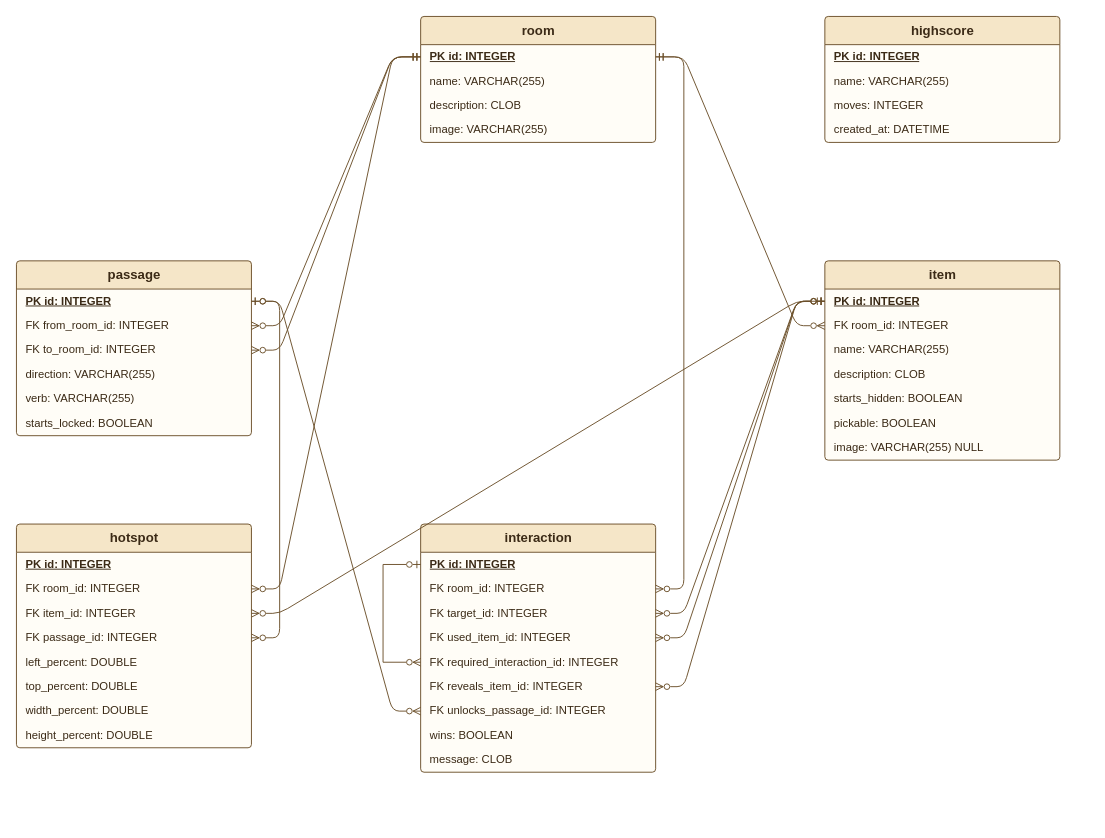
johangu/dbwebb-mvc keeps this draw.io diagram as assets/images/proj/er-diagram.drawio. Above is the earlier version. Source tidied: cells renumbered, new cells numbered last; positions are measured from the earlier drawing's top-left corner, leaving out a move shared by most shapes. Both pictures are drawn from the tidied source at 94%, with x=0, y=0 at pixel (16, 16).
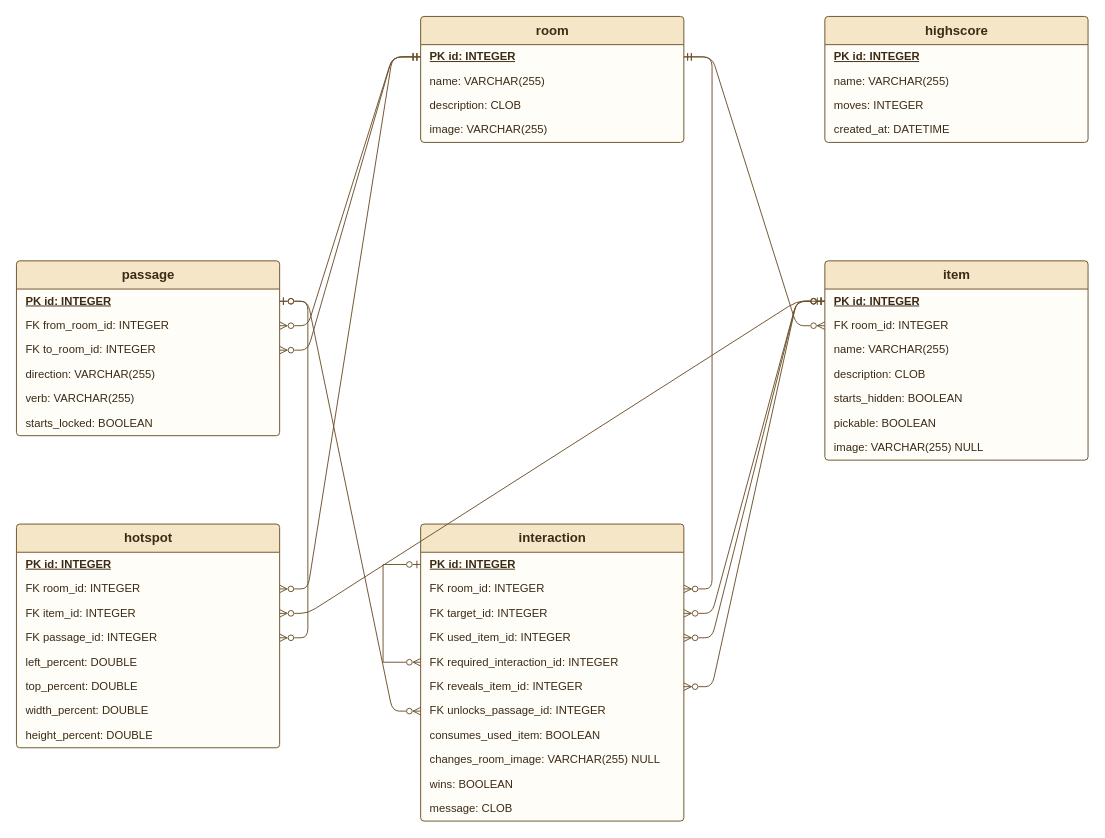
The same page after the edit.

Commit message (it also covers changes not shown here):
docs: add consumed items and room images to database page

Diff of the diagram source:
```diff
@@
     <mxCell id="2" value="room" style="swimlane;fontStyle=1;horizontal=1;startSize=30;html=1;fillColor=#F5E6C8;strokeColor=#6B4F2A;fontColor=#3B2A16;fontSize=14;swimlaneFillColor=#FFFDF7;rounded=1;arcSize=4;" parent="1" vertex="1">
-      <mxGeometry x="430" width="250" height="134" as="geometry" />
+      <mxGeometry x="430" width="280" height="134" as="geometry" />
     </mxCell>
     <mxCell id="3" value="&lt;b&gt;PK id: INTEGER&lt;/b&gt;" style="text;strokeColor=none;fillColor=none;align=left;verticalAlign=middle;spacingLeft=8;spacingRight=4;overflow=hidden;points=[[0,0.5],[1,0.5]];portConstraint=eastwest;html=1;fontSize=12;fontColor=#3B2A16;fontStyle=4;" parent="2" vertex="1">
-      <mxGeometry y="30" width="250" height="26" as="geometry" />
+      <mxGeometry y="30" width="280" height="26" as="geometry" />
     </mxCell>
     <mxCell id="4" value="name: VARCHAR(255)" style="text;strokeColor=none;fillColor=none;align=left;verticalAlign=middle;spacingLeft=8;spacingRight=4;overflow=hidden;html=1;fontSize=12;fontColor=#3B2A16;" parent="2" vertex="1">
-      <mxGeometry y="56" width="250" height="26" as="geometry" />
+      <mxGeometry y="56" width="280" height="26" as="geometry" />
     </mxCell>
     <mxCell id="5" value="description: CLOB" style="text;strokeColor=none;fillColor=none;align=left;verticalAlign=middle;spacingLeft=8;spacingRight=4;overflow=hidden;html=1;fontSize=12;fontColor=#3B2A16;" parent="2" vertex="1">
-      <mxGeometry y="82" width="250" height="26" as="geometry" />
+      <mxGeometry y="82" width="280" height="26" as="geometry" />
     </mxCell>
     <mxCell id="6" value="image: VARCHAR(255)" style="text;strokeColor=none;fillColor=none;align=left;verticalAlign=middle;spacingLeft=8;spacingRight=4;overflow=hidden;html=1;fontSize=12;fontColor=#3B2A16;" parent="2" vertex="1">
-      <mxGeometry y="108" width="250" height="26" as="geometry" />
+      <mxGeometry y="108" width="280" height="26" as="geometry" />
     </mxCell>
     <mxCell id="7" value="highscore" style="swimlane;fontStyle=1;horizontal=1;startSize=30;html=1;fillColor=#F5E6C8;strokeColor=#6B4F2A;fontColor=#3B2A16;fontSize=14;swimlaneFillColor=#FFFDF7;rounded=1;arcSize=4;" parent="1" vertex="1">
-      <mxGeometry x="860" width="250" height="134" as="geometry" />
+      <mxGeometry x="860" width="280" height="134" as="geometry" />
     </mxCell>
     <mxCell id="8" value="&lt;b&gt;PK id: INTEGER&lt;/b&gt;" style="text;strokeColor=none;fillColor=none;align=left;verticalAlign=middle;spacingLeft=8;spacingRight=4;overflow=hidden;html=1;fontSize=12;fontColor=#3B2A16;fontStyle=4;" parent="7" vertex="1">
-      <mxGeometry y="30" width="250" height="26" as="geometry" />
+      <mxGeometry y="30" width="280" height="26" as="geometry" />
     </mxCell>
     <mxCell id="9" value="name: VARCHAR(255)" style="text;strokeColor=none;fillColor=none;align=left;verticalAlign=middle;spacingLeft=8;spacingRight=4;overflow=hidden;html=1;fontSize=12;fontColor=#3B2A16;" parent="7" vertex="1">
-      <mxGeometry y="56" width="250" height="26" as="geometry" />
+      <mxGeometry y="56" width="280" height="26" as="geometry" />
     </mxCell>
     <mxCell id="10" value="moves: INTEGER" style="text;strokeColor=none;fillColor=none;align=left;verticalAlign=middle;spacingLeft=8;spacingRight=4;overflow=hidden;html=1;fontSize=12;fontColor=#3B2A16;" parent="7" vertex="1">
-      <mxGeometry y="82" width="250" height="26" as="geometry" />
+      <mxGeometry y="82" width="280" height="26" as="geometry" />
     </mxCell>
     <mxCell id="11" value="created_at: DATETIME" style="text;strokeColor=none;fillColor=none;align=left;verticalAlign=middle;spacingLeft=8;spacingRight=4;overflow=hidden;html=1;fontSize=12;fontColor=#3B2A16;" parent="7" vertex="1">
-      <mxGeometry y="108" width="250" height="26" as="geometry" />
+      <mxGeometry y="108" width="280" height="26" as="geometry" />
     </mxCell>
     <mxCell id="12" value="passage" style="swimlane;fontStyle=1;horizontal=1;startSize=30;html=1;fillColor=#F5E6C8;strokeColor=#6B4F2A;fontColor=#3B2A16;fontSize=14;swimlaneFillColor=#FFFDF7;rounded=1;arcSize=4;" parent="1" vertex="1">
-      <mxGeometry y="260" width="250" height="186" as="geometry" />
+      <mxGeometry y="260" width="280" height="186" as="geometry" />
     </mxCell>
     <mxCell id="13" value="&lt;b&gt;PK id: INTEGER&lt;/b&gt;" style="text;strokeColor=none;fillColor=none;align=left;verticalAlign=middle;spacingLeft=8;spacingRight=4;overflow=hidden;points=[[0,0.5],[1,0.5]];portConstraint=eastwest;html=1;fontSize=12;fontColor=#3B2A16;fontStyle=4;" parent="12" vertex="1">
-      <mxGeometry y="30" width="250" height="26" as="geometry" />
+      <mxGeometry y="30" width="280" height="26" as="geometry" />
     </mxCell>
     <mxCell id="14" value="FK from_room_id: INTEGER" style="text;strokeColor=none;fillColor=none;align=left;verticalAlign=middle;spacingLeft=8;spacingRight=4;overflow=hidden;points=[[0,0.5],[1,0.5]];portConstraint=eastwest;html=1;fontSize=12;fontColor=#3B2A16;" parent="12" vertex="1">
-      <mxGeometry y="56" width="250" height="26" as="geometry" />
+      <mxGeometry y="56" width="280" height="26" as="geometry" />
     </mxCell>
     <mxCell id="15" value="FK to_room_id: INTEGER" style="text;strokeColor=none;fillColor=none;align=left;verticalAlign=middle;spacingLeft=8;spacingRight=4;overflow=hidden;points=[[0,0.5],[1,0.5]];portConstraint=eastwest;html=1;fontSize=12;fontColor=#3B2A16;" parent="12" vertex="1">
-      <mxGeometry y="82" width="250" height="26" as="geometry" />
+      <mxGeometry y="82" width="280" height="26" as="geometry" />
     </mxCell>
     <mxCell id="16" value="direction: VARCHAR(255)" style="text;strokeColor=none;fillColor=none;align=left;verticalAlign=middle;spacingLeft=8;spacingRight=4;overflow=hidden;html=1;fontSize=12;fontColor=#3B2A16;" parent="12" vertex="1">
-      <mxGeometry y="108" width="250" height="26" as="geometry" />
+      <mxGeometry y="108" width="280" height="26" as="geometry" />
     </mxCell>
     <mxCell id="17" value="verb: VARCHAR(255)" style="text;strokeColor=none;fillColor=none;align=left;verticalAlign=middle;spacingLeft=8;spacingRight=4;overflow=hidden;html=1;fontSize=12;fontColor=#3B2A16;" parent="12" vertex="1">
-      <mxGeometry y="134" width="250" height="26" as="geometry" />
+      <mxGeometry y="134" width="280" height="26" as="geometry" />
     </mxCell>
     <mxCell id="18" value="starts_locked: BOOLEAN" style="text;strokeColor=none;fillColor=none;align=left;verticalAlign=middle;spacingLeft=8;spacingRight=4;overflow=hidden;html=1;fontSize=12;fontColor=#3B2A16;" parent="12" vertex="1">
-      <mxGeometry y="160" width="250" height="26" as="geometry" />
+      <mxGeometry y="160" width="280" height="26" as="geometry" />
     </mxCell>
     <mxCell id="19" value="item" style="swimlane;fontStyle=1;horizontal=1;startSize=30;html=1;fillColor=#F5E6C8;strokeColor=#6B4F2A;fontColor=#3B2A16;fontSize=14;swimlaneFillColor=#FFFDF7;rounded=1;arcSize=4;" parent="1" vertex="1">
-      <mxGeometry x="860" y="260" width="250" height="212" as="geometry" />
+      <mxGeometry x="860" y="260" width="280" height="212" as="geometry" />
     </mxCell>
     <mxCell id="20" value="&lt;b&gt;PK id: INTEGER&lt;/b&gt;" style="text;strokeColor=none;fillColor=none;align=left;verticalAlign=middle;spacingLeft=8;spacingRight=4;overflow=hidden;points=[[0,0.5],[1,0.5]];portConstraint=eastwest;html=1;fontSize=12;fontColor=#3B2A16;fontStyle=4;" parent="19" vertex="1">
-      <mxGeometry y="30" width="250" height="26" as="geometry" />
+      <mxGeometry y="30" width="280" height="26" as="geometry" />
     </mxCell>
     <mxCell id="21" value="FK room_id: INTEGER" style="text;strokeColor=none;fillColor=none;align=left;verticalAlign=middle;spacingLeft=8;spacingRight=4;overflow=hidden;points=[[0,0.5],[1,0.5]];portConstraint=eastwest;html=1;fontSize=12;fontColor=#3B2A16;" parent="19" vertex="1">
-      <mxGeometry y="56" width="250" height="26" as="geometry" />
+      <mxGeometry y="56" width="280" height="26" as="geometry" />
     </mxCell>
     <mxCell id="22" value="name: VARCHAR(255)" style="text;strokeColor=none;fillColor=none;align=left;verticalAlign=middle;spacingLeft=8;spacingRight=4;overflow=hidden;html=1;fontSize=12;fontColor=#3B2A16;" parent="19" vertex="1">
-      <mxGeometry y="82" width="250" height="26" as="geometry" />
+      <mxGeometry y="82" width="280" height="26" as="geometry" />
     </mxCell>
     <mxCell id="23" value="description: CLOB" style="text;strokeColor=none;fillColor=none;align=left;verticalAlign=middle;spacingLeft=8;spacingRight=4;overflow=hidden;html=1;fontSize=12;fontColor=#3B2A16;" parent="19" vertex="1">
-      <mxGeometry y="108" width="250" height="26" as="geometry" />
+      <mxGeometry y="108" width="280" height="26" as="geometry" />
     </mxCell>
     <mxCell id="24" value="starts_hidden: BOOLEAN" style="text;strokeColor=none;fillColor=none;align=left;verticalAlign=middle;spacingLeft=8;spacingRight=4;overflow=hidden;html=1;fontSize=12;fontColor=#3B2A16;" parent="19" vertex="1">
-      <mxGeometry y="134" width="250" height="26" as="geometry" />
+      <mxGeometry y="134" width="280" height="26" as="geometry" />
     </mxCell>
     <mxCell id="25" value="pickable: BOOLEAN" style="text;strokeColor=none;fillColor=none;align=left;verticalAlign=middle;spacingLeft=8;spacingRight=4;overflow=hidden;html=1;fontSize=12;fontColor=#3B2A16;" parent="19" vertex="1">
-      <mxGeometry y="160" width="250" height="26" as="geometry" />
+      <mxGeometry y="160" width="280" height="26" as="geometry" />
     </mxCell>
     <mxCell id="26" value="image: VARCHAR(255) NULL" style="text;strokeColor=none;fillColor=none;align=left;verticalAlign=middle;spacingLeft=8;spacingRight=4;overflow=hidden;html=1;fontSize=12;fontColor=#3B2A16;" parent="19" vertex="1">
-      <mxGeometry y="186" width="250" height="26" as="geometry" />
+      <mxGeometry y="186" width="280" height="26" as="geometry" />
     </mxCell>
     <mxCell id="27" value="hotspot" style="swimlane;fontStyle=1;horizontal=1;startSize=30;html=1;fillColor=#F5E6C8;strokeColor=#6B4F2A;fontColor=#3B2A16;fontSize=14;swimlaneFillColor=#FFFDF7;rounded=1;arcSize=4;" parent="1" vertex="1">
-      <mxGeometry y="540" width="250" height="238" as="geometry" />
+      <mxGeometry y="540" width="280" height="238" as="geometry" />
     </mxCell>
     <mxCell id="28" value="&lt;b&gt;PK id: INTEGER&lt;/b&gt;" style="text;strokeColor=none;fillColor=none;align=left;verticalAlign=middle;spacingLeft=8;spacingRight=4;overflow=hidden;html=1;fontSize=12;fontColor=#3B2A16;fontStyle=4;" parent="27" vertex="1">
-      <mxGeometry y="30" width="250" height="26" as="geometry" />
+      <mxGeometry y="30" width="280" height="26" as="geometry" />
     </mxCell>
     <mxCell id="29" value="FK room_id: INTEGER" style="text;strokeColor=none;fillColor=none;align=left;verticalAlign=middle;spacingLeft=8;spacingRight=4;overflow=hidden;points=[[0,0.5],[1,0.5]];portConstraint=eastwest;html=1;fontSize=12;fontColor=#3B2A16;" parent="27" vertex="1">
-      <mxGeometry y="56" width="250" height="26" as="geometry" />
+      <mxGeometry y="56" width="280" height="26" as="geometry" />
     </mxCell>
     <mxCell id="30" value="FK item_id: INTEGER" style="text;strokeColor=none;fillColor=none;align=left;verticalAlign=middle;spacingLeft=8;spacingRight=4;overflow=hidden;points=[[0,0.5],[1,0.5]];portConstraint=eastwest;html=1;fontSize=12;fontColor=#3B2A16;" parent="27" vertex="1">
-      <mxGeometry y="82" width="250" height="26" as="geometry" />
+      <mxGeometry y="82" width="280" height="26" as="geometry" />
     </mxCell>
     <mxCell id="31" value="FK passage_id: INTEGER" style="text;strokeColor=none;fillColor=none;align=left;verticalAlign=middle;spacingLeft=8;spacingRight=4;overflow=hidden;points=[[0,0.5],[1,0.5]];portConstraint=eastwest;html=1;fontSize=12;fontColor=#3B2A16;" parent="27" vertex="1">
-      <mxGeometry y="108" width="250" height="26" as="geometry" />
+      <mxGeometry y="108" width="280" height="26" as="geometry" />
     </mxCell>
     <mxCell id="32" value="left_percent: DOUBLE" style="text;strokeColor=none;fillColor=none;align=left;verticalAlign=middle;spacingLeft=8;spacingRight=4;overflow=hidden;html=1;fontSize=12;fontColor=#3B2A16;" parent="27" vertex="1">
-      <mxGeometry y="134" width="250" height="26" as="geometry" />
+      <mxGeometry y="134" width="280" height="26" as="geometry" />
     </mxCell>
     <mxCell id="33" value="top_percent: DOUBLE" style="text;strokeColor=none;fillColor=none;align=left;verticalAlign=middle;spacingLeft=8;spacingRight=4;overflow=hidden;html=1;fontSize=12;fontColor=#3B2A16;" parent="27" vertex="1">
-      <mxGeometry y="160" width="250" height="26" as="geometry" />
+      <mxGeometry y="160" width="280" height="26" as="geometry" />
     </mxCell>
     <mxCell id="34" value="width_percent: DOUBLE" style="text;strokeColor=none;fillColor=none;align=left;verticalAlign=middle;spacingLeft=8;spacingRight=4;overflow=hidden;html=1;fontSize=12;fontColor=#3B2A16;" parent="27" vertex="1">
-      <mxGeometry y="186" width="250" height="26" as="geometry" />
+      <mxGeometry y="186" width="280" height="26" as="geometry" />
     </mxCell>
     <mxCell id="35" value="height_percent: DOUBLE" style="text;strokeColor=none;fillColor=none;align=left;verticalAlign=middle;spacingLeft=8;spacingRight=4;overflow=hidden;html=1;fontSize=12;fontColor=#3B2A16;" parent="27" vertex="1">
-      <mxGeometry y="212" width="250" height="26" as="geometry" />
+      <mxGeometry y="212" width="280" height="26" as="geometry" />
     </mxCell>
     <mxCell id="36" value="interaction" style="swimlane;fontStyle=1;horizontal=1;startSize=30;html=1;fillColor=#F5E6C8;strokeColor=#6B4F2A;fontColor=#3B2A16;fontSize=14;swimlaneFillColor=#FFFDF7;rounded=1;arcSize=4;" parent="1" vertex="1">
-      <mxGeometry x="430" y="540" width="250" height="264" as="geometry" />
+      <mxGeometry x="430" y="540" width="280" height="316" as="geometry" />
     </mxCell>
     <mxCell id="37" value="&lt;b&gt;PK id: INTEGER&lt;/b&gt;" style="text;strokeColor=none;fillColor=none;align=left;verticalAlign=middle;spacingLeft=8;spacingRight=4;overflow=hidden;points=[[0,0.5],[1,0.5]];portConstraint=eastwest;html=1;fontSize=12;fontColor=#3B2A16;fontStyle=4;" parent="36" vertex="1">
-      <mxGeometry y="30" width="250" height="26" as="geometry" />
+      <mxGeometry y="30" width="280" height="26" as="geometry" />
     </mxCell>
     <mxCell id="38" value="FK room_id: INTEGER" style="text;strokeColor=none;fillColor=none;align=left;verticalAlign=middle;spacingLeft=8;spacingRight=4;overflow=hidden;points=[[0,0.5],[1,0.5]];portConstraint=eastwest;html=1;fontSize=12;fontColor=#3B2A16;" parent="36" vertex="1">
-      <mxGeometry y="56" width="250" height="26" as="geometry" />
+      <mxGeometry y="56" width="280" height="26" as="geometry" />
     </mxCell>
     <mxCell id="39" value="FK target_id: INTEGER" style="text;strokeColor=none;fillColor=none;align=left;verticalAlign=middle;spacingLeft=8;spacingRight=4;overflow=hidden;points=[[0,0.5],[1,0.5]];portConstraint=eastwest;html=1;fontSize=12;fontColor=#3B2A16;" parent="36" vertex="1">
-      <mxGeometry y="82" width="250" height="26" as="geometry" />
+      <mxGeometry y="82" width="280" height="26" as="geometry" />
     </mxCell>
     <mxCell id="40" value="FK used_item_id: INTEGER" style="text;strokeColor=none;fillColor=none;align=left;verticalAlign=middle;spacingLeft=8;spacingRight=4;overflow=hidden;points=[[0,0.5],[1,0.5]];portConstraint=eastwest;html=1;fontSize=12;fontColor=#3B2A16;" parent="36" vertex="1">
-      <mxGeometry y="108" width="250" height="26" as="geometry" />
+      <mxGeometry y="108" width="280" height="26" as="geometry" />
     </mxCell>
     <mxCell id="41" value="FK required_interaction_id: INTEGER" style="text;strokeColor=none;fillColor=none;align=left;verticalAlign=middle;spacingLeft=8;spacingRight=4;overflow=hidden;points=[[0,0.5],[1,0.5]];portConstraint=eastwest;html=1;fontSize=12;fontColor=#3B2A16;" parent="36" vertex="1">
-      <mxGeometry y="134" width="250" height="26" as="geometry" />
+      <mxGeometry y="134" width="280" height="26" as="geometry" />
     </mxCell>
     <mxCell id="42" value="FK reveals_item_id: INTEGER" style="text;strokeColor=none;fillColor=none;align=left;verticalAlign=middle;spacingLeft=8;spacingRight=4;overflow=hidden;points=[[0,0.5],[1,0.5]];portConstraint=eastwest;html=1;fontSize=12;fontColor=#3B2A16;" parent="36" vertex="1">
-      <mxGeometry y="160" width="250" height="26" as="geometry" />
+      <mxGeometry y="160" width="280" height="26" as="geometry" />
     </mxCell>
     <mxCell id="43" value="FK unlocks_passage_id: INTEGER" style="text;strokeColor=none;fillColor=none;align=left;verticalAlign=middle;spacingLeft=8;spacingRight=4;overflow=hidden;points=[[0,0.5],[1,0.5]];portConstraint=eastwest;html=1;fontSize=12;fontColor=#3B2A16;" parent="36" vertex="1">
-      <mxGeometry y="186" width="250" height="26" as="geometry" />
+      <mxGeometry y="186" width="280" height="26" as="geometry" />
     </mxCell>
+    <mxCell id="58" value="consumes_used_item: BOOLEAN" style="text;strokeColor=none;fillColor=none;align=left;verticalAlign=middle;spacingLeft=8;spacingRight=4;overflow=hidden;html=1;fontSize=12;fontColor=#3B2A16;" parent="36" vertex="1">
+      <mxGeometry y="212" width="280" height="26" as="geometry" />
+    </mxCell>
+    <mxCell id="59" value="changes_room_image: VARCHAR(255) NULL" style="text;strokeColor=none;fillColor=none;align=left;verticalAlign=middle;spacingLeft=8;spacingRight=4;overflow=hidden;html=1;fontSize=12;fontColor=#3B2A16;" parent="36" vertex="1">
+      <mxGeometry y="238" width="280" height="26" as="geometry" />
+    </mxCell>
     <mxCell id="44" value="wins: BOOLEAN" style="text;strokeColor=none;fillColor=none;align=left;verticalAlign=middle;spacingLeft=8;spacingRight=4;overflow=hidden;html=1;fontSize=12;fontColor=#3B2A16;" parent="36" vertex="1">
-      <mxGeometry y="212" width="250" height="26" as="geometry" />
+      <mxGeometry y="264" width="280" height="26" as="geometry" />
     </mxCell>
     <mxCell id="45" value="message: CLOB" style="text;strokeColor=none;fillColor=none;align=left;verticalAlign=middle;spacingLeft=8;spacingRight=4;overflow=hidden;html=1;fontSize=12;fontColor=#3B2A16;" parent="36" vertex="1">
-      <mxGeometry y="238" width="250" height="26" as="geometry" />
+      <mxGeometry y="290" width="280" height="26" as="geometry" />
     </mxCell>
```
